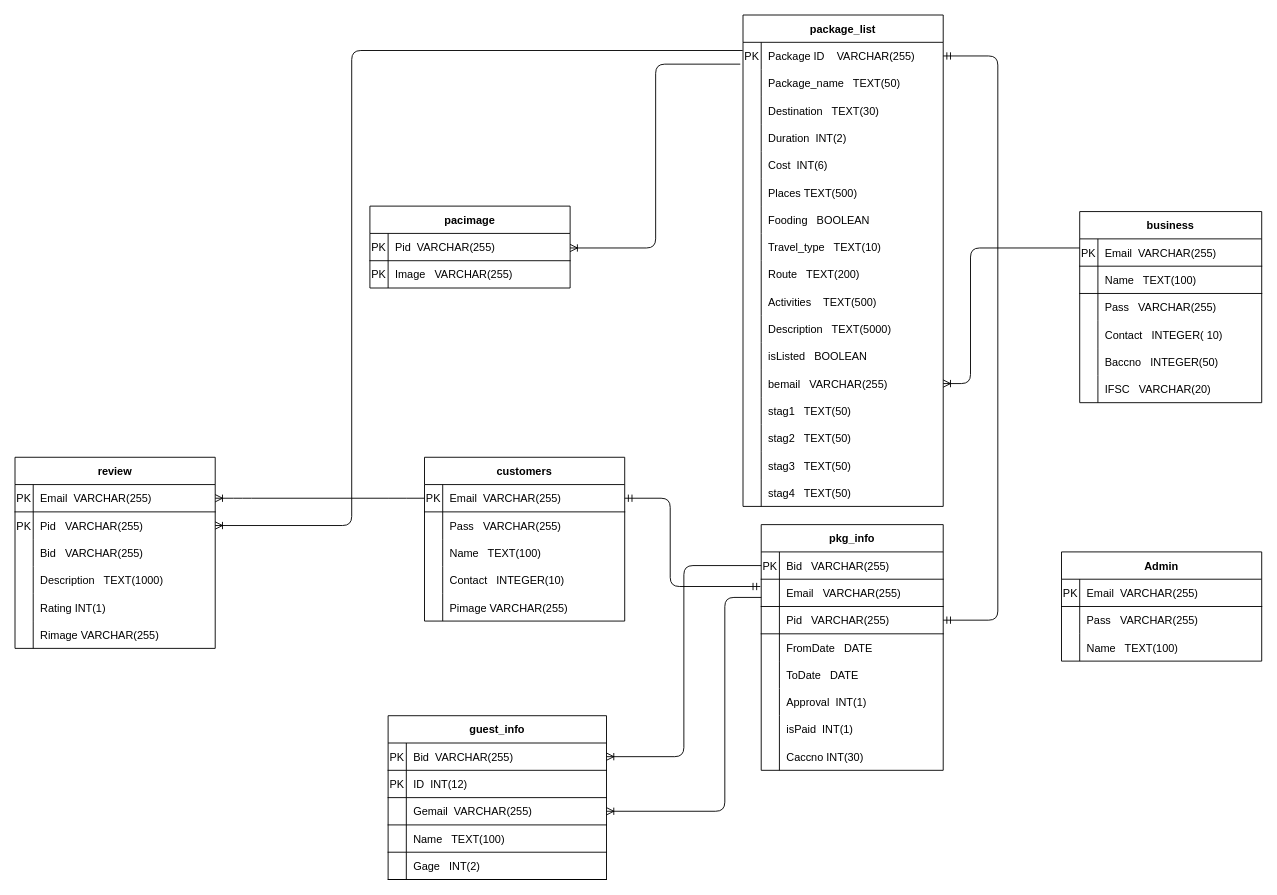
Before: ERD_SCHEMA_WITH_PAKCAGE.drawio in PCMasterRace007/ER, a draw.io diagram. Source tidied: cells renumbered, new cells numbered last; positions are measured from the earlier drawing's top-left corner, leaving out a move shared by most shapes. Both pictures are drawn from the tidied source at 91%, with x=0, y=0 at pixel (15, 15).
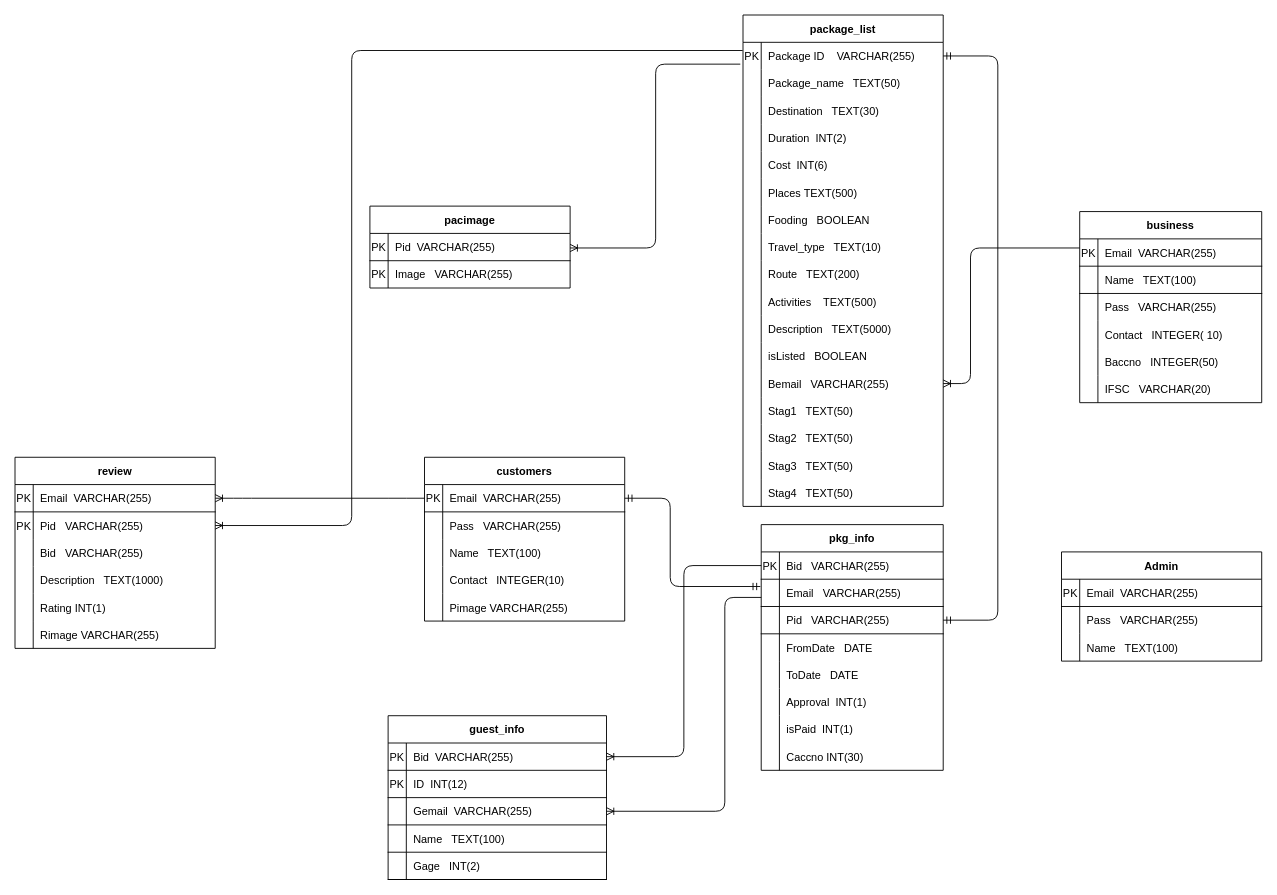
The same page after the edit.

Unchanged cells that the change refers to:
```xml
<mxCell id="39" style="shape=partialRectangle;fillColor=none;top=0;left=0;bottom=0;right=0;points=[[0,0.5],[1,0.5]];portConstraint=eastwest;" parent="2" vertex="1">
  <mxGeometry y="390" width="220" height="30" as="geometry" />
</mxCell>
<mxCell id="42" style="shape=partialRectangle;fillColor=none;top=0;left=0;bottom=0;right=0;" parent="2" vertex="1">
  <mxGeometry y="420" width="220" height="30" as="geometry" />
</mxCell>
<mxCell id="45" style="shape=partialRectangle;fillColor=none;top=0;left=0;bottom=0;right=0;" parent="2" vertex="1">
  <mxGeometry y="450" width="220" height="30" as="geometry" />
</mxCell>
<mxCell id="48" style="shape=partialRectangle;fillColor=none;top=0;left=0;bottom=0;right=0;" parent="2" vertex="1">
  <mxGeometry y="480" width="220" height="30" as="geometry" />
</mxCell>
<mxCell id="51" style="shape=partialRectangle;fillColor=none;top=0;left=0;bottom=0;right=0;" parent="2" vertex="1">
  <mxGeometry y="510" width="220" height="30" as="geometry" />
</mxCell>
```

What changed in the source:
```diff
@@
-    <mxCell id="41" value="bemail   VARCHAR(255)" style="shape=partialRectangle;fillColor=none;top=0;left=0;bottom=0;right=0;align=left;spacingLeft=6;overflow=hidden;" parent="39" vertex="1">
+    <mxCell id="41" value="Bemail   VARCHAR(255)" style="shape=partialRectangle;fillColor=none;top=0;left=0;bottom=0;right=0;align=left;spacingLeft=6;overflow=hidden;" parent="39" vertex="1">
       <mxGeometry x="20" width="200" height="30" as="geometry" />
     </mxCell>
@@
-    <mxCell id="44" value="stag1   TEXT(50)" style="shape=partialRectangle;fillColor=none;top=0;left=0;bottom=0;right=0;align=left;spacingLeft=6;overflow=hidden;" parent="42" vertex="1">
+    <mxCell id="44" value="Stag1   TEXT(50)" style="shape=partialRectangle;fillColor=none;top=0;left=0;bottom=0;right=0;align=left;spacingLeft=6;overflow=hidden;" parent="42" vertex="1">
       <mxGeometry x="20" width="200" height="30" as="geometry" />
     </mxCell>
@@
-    <mxCell id="47" value="stag2   TEXT(50)" style="shape=partialRectangle;fillColor=none;top=0;left=0;bottom=0;right=0;align=left;spacingLeft=6;overflow=hidden;" parent="45" vertex="1">
+    <mxCell id="47" value="Stag2   TEXT(50)" style="shape=partialRectangle;fillColor=none;top=0;left=0;bottom=0;right=0;align=left;spacingLeft=6;overflow=hidden;" parent="45" vertex="1">
       <mxGeometry x="20" width="200" height="30" as="geometry" />
     </mxCell>
@@
-    <mxCell id="50" value="stag3   TEXT(50)" style="shape=partialRectangle;fillColor=none;top=0;left=0;bottom=0;right=0;align=left;spacingLeft=6;overflow=hidden;" parent="48" vertex="1">
+    <mxCell id="50" value="Stag3   TEXT(50)" style="shape=partialRectangle;fillColor=none;top=0;left=0;bottom=0;right=0;align=left;spacingLeft=6;overflow=hidden;" parent="48" vertex="1">
       <mxGeometry x="20" width="200" height="30" as="geometry" />
     </mxCell>
@@
-    <mxCell id="53" value="stag4   TEXT(50)" style="shape=partialRectangle;fillColor=none;top=0;left=0;bottom=0;right=0;align=left;spacingLeft=6;overflow=hidden;" parent="51" vertex="1">
+    <mxCell id="53" value="Stag4   TEXT(50)" style="shape=partialRectangle;fillColor=none;top=0;left=0;bottom=0;right=0;align=left;spacingLeft=6;overflow=hidden;" parent="51" vertex="1">
       <mxGeometry x="20" width="200" height="30" as="geometry" />
     </mxCell>
```
